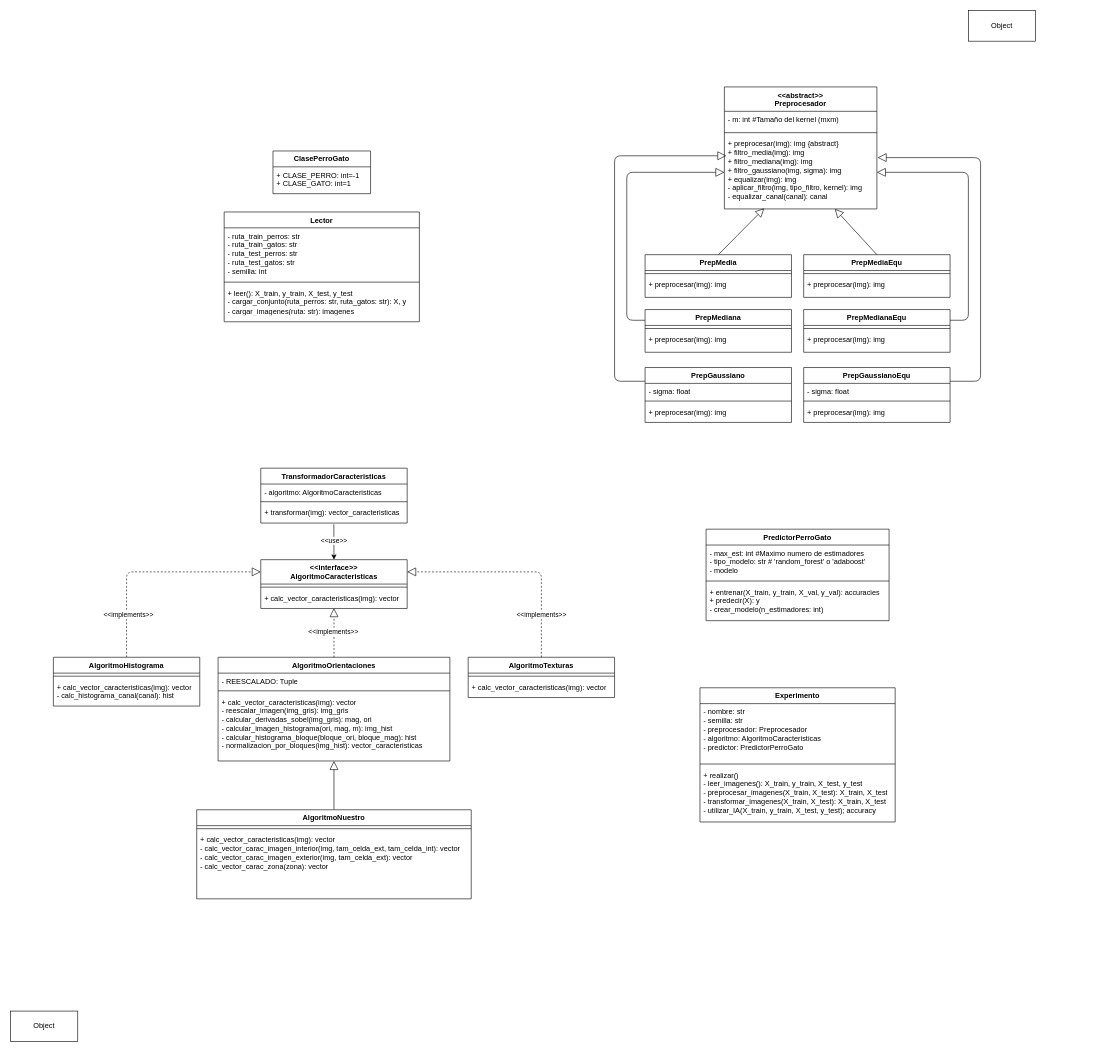
The draw.io diagram diagramas/clases.drawio in eloyUA/Clasificador-de-Perros-Gatos, before the edit. Source tidied: cells renumbered, new cells numbered last; positions are measured from the earlier drawing's top-left corner, leaving out a move shared by most shapes. Both pictures are drawn from the tidied source at 61%, with x=0, y=0 at pixel (10, 10).
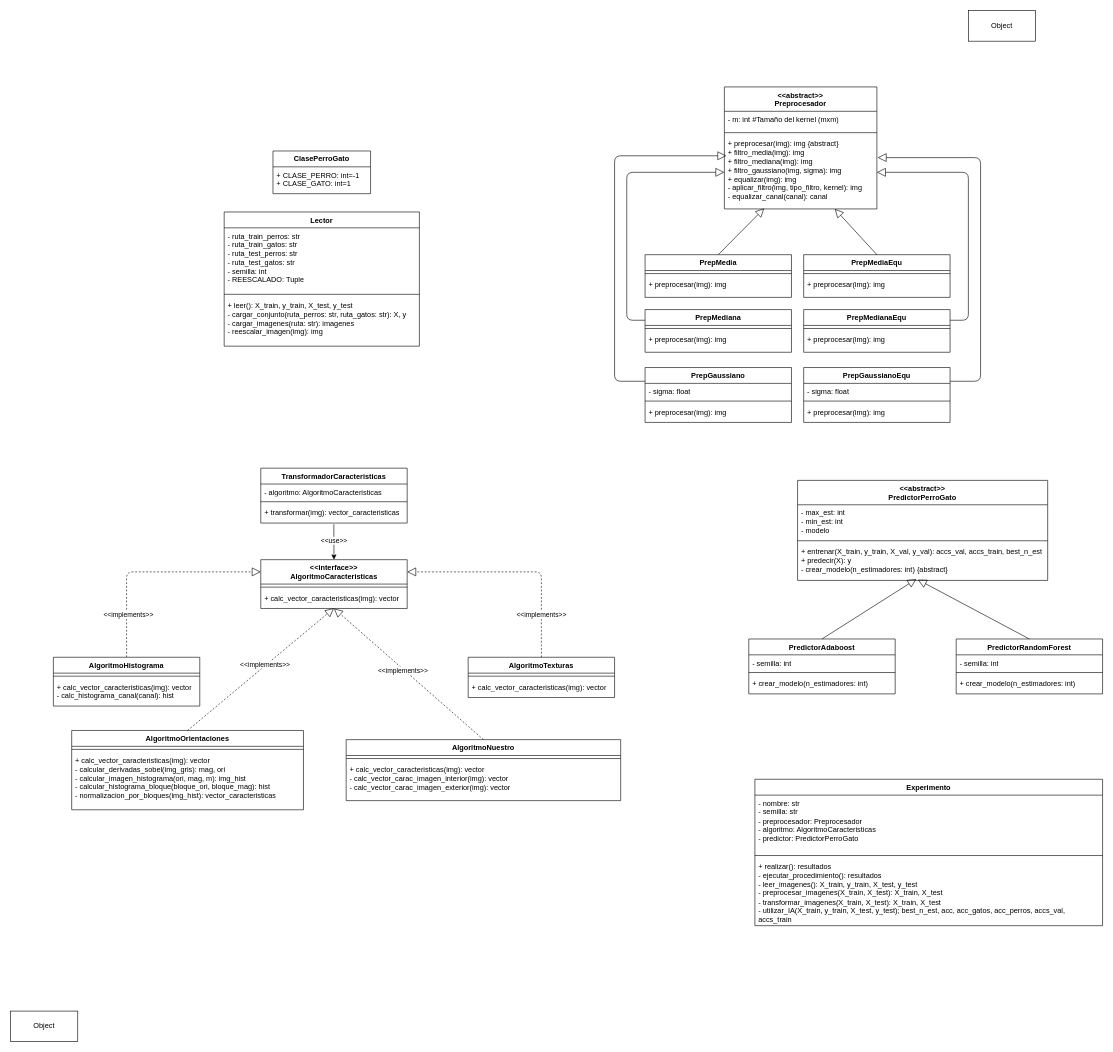
After the change.

Change to the diagram source:
```diff
@@
     <mxCell id="4" value="&lt;font face=&quot;Nunito&quot;&gt;Lector&lt;/font&gt;" style="swimlane;fontStyle=1;align=center;verticalAlign=top;horizontal=1;startSize=26;whiteSpace=wrap;html=1;" parent="1" vertex="1">
-      <mxGeometry x="350" y="330" width="320" height="180" as="geometry" />
+      <mxGeometry x="350" y="330" width="320" height="220" as="geometry" />
     </mxCell>
-    <mxCell id="5" value="&lt;font face=&quot;Nunito&quot;&gt;- ruta_train_perros: str&lt;/font&gt;&lt;div&gt;&lt;font face=&quot;Nunito&quot;&gt;- ruta_train_gatos: str&lt;/font&gt;&lt;/div&gt;&lt;div&gt;&lt;font face=&quot;Nunito&quot;&gt;- ruta_test_perros: str&lt;/font&gt;&lt;/div&gt;&lt;div&gt;&lt;font face=&quot;Nunito&quot;&gt;- ruta_test_gatos: str&lt;/font&gt;&lt;/div&gt;&lt;div&gt;&lt;font face=&quot;Nunito&quot;&gt;- semilla: int&lt;/font&gt;&lt;/div&gt;" style="text;strokeColor=none;fillColor=none;align=left;verticalAlign=top;spacingLeft=4;spacingRight=4;overflow=hidden;whiteSpace=wrap;html=1;" parent="4" vertex="1">
-      <mxGeometry y="26" width="320" height="84" as="geometry" />
+    <mxCell id="5" value="&lt;font face=&quot;Nunito&quot;&gt;- ruta_train_perros: str&lt;/font&gt;&lt;div&gt;&lt;font face=&quot;Nunito&quot;&gt;- ruta_train_gatos: str&lt;/font&gt;&lt;/div&gt;&lt;div&gt;&lt;font face=&quot;Nunito&quot;&gt;- ruta_test_perros: str&lt;/font&gt;&lt;/div&gt;&lt;div&gt;&lt;font face=&quot;Nunito&quot;&gt;- ruta_test_gatos: str&lt;/font&gt;&lt;/div&gt;&lt;div&gt;&lt;font face=&quot;Nunito&quot;&gt;- semilla: int&lt;/font&gt;&lt;/div&gt;&lt;div&gt;&lt;font face=&quot;Nunito&quot;&gt;- REESCALADO: Tuple&lt;/font&gt;&lt;/div&gt;" style="text;strokeColor=none;fillColor=none;align=left;verticalAlign=top;spacingLeft=4;spacingRight=4;overflow=hidden;whiteSpace=wrap;html=1;" parent="4" vertex="1">
+      <mxGeometry y="26" width="320" height="104" as="geometry" />
     </mxCell>
     <mxCell id="6" style="line;strokeWidth=1;fillColor=none;align=left;verticalAlign=middle;spacingTop=-1;spacingLeft=3;spacingRight=3;labelPosition=right;strokeColor=inherit;" parent="4" vertex="1">
-      <mxGeometry y="110" width="320" height="10" as="geometry" />
+      <mxGeometry y="130" width="320" height="10" as="geometry" />
     </mxCell>
-    <mxCell id="7" value="&lt;font face=&quot;Nunito&quot;&gt;+ leer(): X_train, y_train, X_test, y_test&lt;/font&gt;&lt;div&gt;&lt;font face=&quot;Nunito&quot;&gt;- cargar_conjunto(ruta_perros: str, ruta_gatos: str): X, y&lt;/font&gt;&lt;/div&gt;&lt;div&gt;&lt;font face=&quot;Nunito&quot;&gt;- cargar_imagenes(ruta: str): imagenes&lt;/font&gt;&lt;/div&gt;" style="text;strokeColor=none;fillColor=none;align=left;verticalAlign=top;spacingLeft=4;spacingRight=4;overflow=hidden;whiteSpace=wrap;html=1;" parent="4" vertex="1">
-      <mxGeometry y="120" width="320" height="60" as="geometry" />
+    <mxCell id="7" value="&lt;font face=&quot;Nunito&quot;&gt;+ leer(): X_train, y_train, X_test, y_test&lt;/font&gt;&lt;div&gt;&lt;font face=&quot;Nunito&quot;&gt;- cargar_conjunto(ruta_perros: str, ruta_gatos: str): X, y&lt;/font&gt;&lt;/div&gt;&lt;div&gt;&lt;font face=&quot;Nunito&quot;&gt;- cargar_imagenes(ruta: str): imagenes&lt;/font&gt;&lt;/div&gt;&lt;div&gt;&lt;font face=&quot;Nunito&quot;&gt;- reescalar_imagen(img): img&lt;/font&gt;&lt;/div&gt;" style="text;strokeColor=none;fillColor=none;align=left;verticalAlign=top;spacingLeft=4;spacingRight=4;overflow=hidden;whiteSpace=wrap;html=1;" parent="4" vertex="1">
+      <mxGeometry y="140" width="320" height="80" as="geometry" />
     </mxCell>
@@
     <mxCell id="49" value="&lt;font face=&quot;Nunito&quot;&gt;AlgoritmoOrientaciones&lt;/font&gt;" style="swimlane;fontStyle=1;align=center;verticalAlign=top;horizontal=1;startSize=26;whiteSpace=wrap;html=1;" parent="1" vertex="1">
-      <mxGeometry x="340" y="1060" width="380" height="170" as="geometry" />
+      <mxGeometry x="100" y="1180" width="380" height="130" as="geometry" />
     </mxCell>
-    <mxCell id="50" value="&lt;font face=&quot;Nunito&quot;&gt;- REESCALADO: Tuple&lt;/font&gt;" style="text;strokeColor=none;fillColor=none;align=left;verticalAlign=top;spacingLeft=4;spacingRight=4;overflow=hidden;whiteSpace=wrap;html=1;" parent="49" vertex="1">
-      <mxGeometry y="26" width="380" height="24" as="geometry" />
-    </mxCell>
     <mxCell id="51" style="line;strokeWidth=1;fillColor=none;align=left;verticalAlign=middle;spacingTop=-1;spacingLeft=3;spacingRight=3;labelPosition=right;strokeColor=inherit;" parent="49" vertex="1">
-      <mxGeometry y="50" width="380" height="10" as="geometry" />
+      <mxGeometry y="26" width="380" height="10" as="geometry" />
     </mxCell>
-    <mxCell id="52" value="&lt;font face=&quot;Nunito&quot;&gt;+ calc_vector_caracteristicas(img): vector&lt;/font&gt;&lt;div&gt;&lt;font face=&quot;Nunito&quot;&gt;- reescalar_imagen(img_gris): img_gris&lt;/font&gt;&lt;/div&gt;&lt;div&gt;&lt;font face=&quot;Nunito&quot;&gt;- calcular_derivadas_sobel(img_gris): mag, ori&lt;/font&gt;&lt;/div&gt;&lt;div&gt;&lt;font face=&quot;Nunito&quot;&gt;- calcular_imagen_histograma(ori, mag, m): img_hist&lt;/font&gt;&lt;/div&gt;&lt;div&gt;&lt;font face=&quot;Nunito&quot;&gt;- calcular_histograma_bloque(bloque_ori, bloque_mag): hist&lt;/font&gt;&lt;/div&gt;&lt;div&gt;&lt;font face=&quot;Nunito&quot;&gt;- normalizacion_por_bloques(img_hist): vector_caracteristicas&lt;/font&gt;&lt;/div&gt;" style="text;strokeColor=none;fillColor=none;align=left;verticalAlign=top;spacingLeft=4;spacingRight=4;overflow=hidden;points=[[0,0.5],[1,0.5]];portConstraint=eastwest;whiteSpace=wrap;html=1;" parent="49" vertex="1">
-      <mxGeometry y="60" width="380" height="110" as="geometry" />
+    <mxCell id="52" value="&lt;font face=&quot;Nunito&quot;&gt;+ calc_vector_caracteristicas(img): vector&lt;/font&gt;&lt;div&gt;&lt;font face=&quot;Nunito&quot;&gt;- calcular_derivadas_sobel(img_gris): mag, ori&lt;/font&gt;&lt;/div&gt;&lt;div&gt;&lt;font face=&quot;Nunito&quot;&gt;- calcular_imagen_histograma(ori, mag, m): img_hist&lt;/font&gt;&lt;/div&gt;&lt;div&gt;&lt;font face=&quot;Nunito&quot;&gt;- calcular_histograma_bloque(bloque_ori, bloque_mag): hist&lt;/font&gt;&lt;/div&gt;&lt;div&gt;&lt;font face=&quot;Nunito&quot;&gt;- normalizacion_por_bloques(img_hist): vector_caracteristicas&lt;/font&gt;&lt;/div&gt;" style="text;strokeColor=none;fillColor=none;align=left;verticalAlign=top;spacingLeft=4;spacingRight=4;overflow=hidden;points=[[0,0.5],[1,0.5]];portConstraint=eastwest;whiteSpace=wrap;html=1;" parent="49" vertex="1">
+      <mxGeometry y="36" width="380" height="94" as="geometry" />
     </mxCell>
-    <mxCell id="53" style="edgeStyle=none;html=1;exitX=0.5;exitY=0;exitDx=0;exitDy=0;endArrow=block;endFill=0;endSize=12;" parent="1" edge="1" source="54" target="52">
-      <mxGeometry relative="1" as="geometry" />
-    </mxCell>
     <mxCell id="54" value="&lt;font face=&quot;Nunito&quot;&gt;AlgoritmoNuestro&lt;/font&gt;" style="swimlane;fontStyle=1;align=center;verticalAlign=top;horizontal=1;startSize=26;whiteSpace=wrap;html=1;" parent="1" vertex="1">
-      <mxGeometry x="305" y="1310" width="450" height="146" as="geometry" />
+      <mxGeometry x="550" y="1195" width="450" height="100" as="geometry" />
     </mxCell>
@@
-    <mxCell id="56" value="&lt;font face=&quot;Nunito&quot;&gt;+ calc_vector_caracteristicas(img): vector&lt;/font&gt;&lt;div&gt;&lt;font face=&quot;Nunito&quot;&gt;- calc_vector_carac_imagen_interior(img, tam_celda_ext, tam_celda_int): vector&lt;/font&gt;&lt;/div&gt;&lt;div&gt;&lt;font face=&quot;Nunito&quot;&gt;- calc_vector_carac_imagen_exterior(img, tam_celda_ext): vector&lt;/font&gt;&lt;/div&gt;&lt;div&gt;&lt;font face=&quot;Nunito&quot;&gt;- calc_vector_carac_zona(zona): vector&lt;/font&gt;&lt;/div&gt;" style="text;strokeColor=none;fillColor=none;align=left;verticalAlign=top;spacingLeft=4;spacingRight=4;overflow=hidden;whiteSpace=wrap;html=1;" parent="54" vertex="1">
-      <mxGeometry y="36" width="450" height="110" as="geometry" />
+    <mxCell id="56" value="&lt;font face=&quot;Nunito&quot;&gt;+ calc_vector_caracteristicas(img): vector&lt;/font&gt;&lt;div&gt;&lt;font face=&quot;Nunito&quot;&gt;- calc_vector_carac_imagen_interior(img): vector&lt;/font&gt;&lt;/div&gt;&lt;div&gt;&lt;font face=&quot;Nunito&quot;&gt;- calc_vector_carac_imagen_exterior(img): vector&lt;/font&gt;&lt;/div&gt;" style="text;strokeColor=none;fillColor=none;align=left;verticalAlign=top;spacingLeft=4;spacingRight=4;overflow=hidden;whiteSpace=wrap;html=1;" parent="54" vertex="1">
+      <mxGeometry y="36" width="450" height="64" as="geometry" />
     </mxCell>
-    <mxCell id="57" value="&lt;font face=&quot;Nunito&quot;&gt;PredictorPerroGato&lt;/font&gt;" style="swimlane;fontStyle=1;align=center;verticalAlign=top;horizontal=1;startSize=26;whiteSpace=wrap;html=1;" parent="1" vertex="1">
-      <mxGeometry x="1140" y="850" width="300" height="150" as="geometry" />
+    <mxCell id="57" value="&lt;font face=&quot;Nunito&quot;&gt;&amp;lt;&amp;lt;abstract&amp;gt;&amp;gt;&lt;/font&gt;&lt;div&gt;&lt;font face=&quot;Nunito&quot;&gt;PredictorPerroGato&lt;/font&gt;&lt;/div&gt;" style="swimlane;fontStyle=1;align=center;verticalAlign=top;horizontal=1;startSize=40;whiteSpace=wrap;html=1;" parent="1" vertex="1">
+      <mxGeometry x="1290" y="770" width="410" height="164" as="geometry" />
     </mxCell>
-    <mxCell id="58" value="&lt;font face=&quot;Nunito&quot;&gt;- max_est: int #Maximo numero de estimadores&lt;/font&gt;&lt;div&gt;&lt;font face=&quot;Nunito&quot;&gt;- tipo_modelo: str # 'random_forest' o 'adaboost'&lt;/font&gt;&lt;/div&gt;&lt;div&gt;&lt;font face=&quot;Nunito&quot;&gt;- modelo&lt;/font&gt;&lt;/div&gt;" style="text;strokeColor=none;fillColor=none;align=left;verticalAlign=top;spacingLeft=4;spacingRight=4;overflow=hidden;whiteSpace=wrap;html=1;" parent="57" vertex="1">
-      <mxGeometry y="26" width="300" height="54" as="geometry" />
+    <mxCell id="58" value="&lt;font face=&quot;Nunito&quot;&gt;- max_est: int&lt;/font&gt;&lt;div&gt;&lt;font face=&quot;Nunito&quot;&gt;- min_est: int&lt;/font&gt;&lt;div&gt;&lt;font face=&quot;Nunito&quot;&gt;- modelo&lt;/font&gt;&lt;/div&gt;&lt;/div&gt;" style="text;strokeColor=none;fillColor=none;align=left;verticalAlign=top;spacingLeft=4;spacingRight=4;overflow=hidden;whiteSpace=wrap;html=1;" parent="57" vertex="1">
+      <mxGeometry y="40" width="410" height="54" as="geometry" />
     </mxCell>
     <mxCell id="59" style="line;strokeWidth=1;fillColor=none;align=left;verticalAlign=middle;spacingTop=-1;spacingLeft=3;spacingRight=3;labelPosition=right;strokeColor=inherit;" parent="57" vertex="1">
-      <mxGeometry y="80" width="300" height="10" as="geometry" />
+      <mxGeometry y="94" width="410" height="10" as="geometry" />
     </mxCell>
-    <mxCell id="60" value="&lt;font face=&quot;Nunito&quot;&gt;+ entrenar(X_train, y_train, X_val, y_val): accuracies&lt;/font&gt;&lt;div&gt;&lt;font face=&quot;Nunito&quot;&gt;+ predecir(X): y&lt;/font&gt;&lt;/div&gt;&lt;div&gt;&lt;font face=&quot;Nunito&quot;&gt;- crear_modelo(n_estimadores: int)&lt;/font&gt;&lt;/div&gt;" style="text;strokeColor=none;fillColor=none;align=left;verticalAlign=top;spacingLeft=4;spacingRight=4;overflow=hidden;points=[[0,0.5],[1,0.5]];portConstraint=eastwest;whiteSpace=wrap;html=1;" parent="57" vertex="1">
-      <mxGeometry y="90" width="300" height="60" as="geometry" />
+    <mxCell id="60" value="&lt;font face=&quot;Nunito&quot;&gt;+ entrenar(X_train, y_train, X_val, y_val): accs_val, accs_train, best_n_est&lt;/font&gt;&lt;div&gt;&lt;font face=&quot;Nunito&quot;&gt;+ predecir(X): y&lt;/font&gt;&lt;/div&gt;&lt;div&gt;&lt;font face=&quot;Nunito&quot;&gt;- crear_modelo(n_estimadores: int) {abstract}&lt;/font&gt;&lt;/div&gt;" style="text;strokeColor=none;fillColor=none;align=left;verticalAlign=top;spacingLeft=4;spacingRight=4;overflow=hidden;points=[[0,0.5],[1,0.5]];portConstraint=eastwest;whiteSpace=wrap;html=1;" parent="57" vertex="1">
+      <mxGeometry y="104" width="410" height="60" as="geometry" />
     </mxCell>
     <mxCell id="61" value="&lt;font face=&quot;Nunito&quot;&gt;Experimento&lt;/font&gt;" style="swimlane;fontStyle=1;align=center;verticalAlign=top;horizontal=1;startSize=26;whiteSpace=wrap;html=1;" parent="1" vertex="1">
-      <mxGeometry x="1130" y="1110" width="320" height="220" as="geometry" />
+      <mxGeometry x="1220" y="1260" width="570" height="240" as="geometry" />
     </mxCell>
     <mxCell id="62" value="&lt;font face=&quot;Nunito&quot;&gt;- nombre: str&lt;/font&gt;&lt;div&gt;&lt;font face=&quot;Nunito&quot;&gt;- semilla: str&lt;/font&gt;&lt;/div&gt;&lt;div&gt;&lt;font face=&quot;Nunito&quot;&gt;- preprocesador: Preprocesador&lt;/font&gt;&lt;/div&gt;&lt;div&gt;&lt;font face=&quot;Nunito&quot;&gt;- algoritmo: AlgoritmoCaracteristicas&lt;/font&gt;&lt;/div&gt;&lt;div&gt;&lt;font face=&quot;Nunito&quot;&gt;- predictor: PredictorPerroGato&lt;/font&gt;&lt;/div&gt;" style="text;strokeColor=none;fillColor=none;align=left;verticalAlign=top;spacingLeft=4;spacingRight=4;overflow=hidden;whiteSpace=wrap;html=1;" parent="61" vertex="1">
-      <mxGeometry y="26" width="320" height="94" as="geometry" />
+      <mxGeometry y="26" width="570" height="94" as="geometry" />
     </mxCell>
     <mxCell id="63" style="line;strokeWidth=1;fillColor=none;align=left;verticalAlign=middle;spacingTop=-1;spacingLeft=3;spacingRight=3;labelPosition=right;strokeColor=inherit;" parent="61" vertex="1">
-      <mxGeometry y="120" width="320" height="10" as="geometry" />
+      <mxGeometry y="120" width="570" height="10" as="geometry" />
     </mxCell>
-    <mxCell id="64" value="&lt;font face=&quot;Nunito&quot;&gt;+ realizar()&lt;/font&gt;&lt;div&gt;&lt;font face=&quot;Nunito&quot;&gt;- leer_imagenes(): X_train, y_train, X_test, y_test&lt;/font&gt;&lt;/div&gt;&lt;div&gt;&lt;font face=&quot;Nunito&quot;&gt;- preprocesar_imagenes(X_train, X_test): X_train, X_test&lt;/font&gt;&lt;/div&gt;&lt;div&gt;&lt;font face=&quot;Nunito&quot;&gt;- transformar_imagenes(X_train, X_test): X_train, X_test&lt;/font&gt;&lt;/div&gt;&lt;div&gt;&lt;font face=&quot;Nunito&quot;&gt;- utilizar_IA(X_train, y_train, X_test, y_test); accuracy&lt;/font&gt;&lt;/div&gt;" style="text;strokeColor=none;fillColor=none;align=left;verticalAlign=top;spacingLeft=4;spacingRight=4;overflow=hidden;whiteSpace=wrap;html=1;" parent="61" vertex="1">
-      <mxGeometry y="130" width="320" height="90" as="geometry" />
+    <mxCell id="64" value="&lt;font face=&quot;Nunito&quot;&gt;+ realizar(): resultados&lt;/font&gt;&lt;div&gt;&lt;font face=&quot;Nunito&quot;&gt;- ejecutar_procedimiento(): resultados&lt;br&gt;&lt;/font&gt;&lt;div&gt;&lt;font face=&quot;Nunito&quot;&gt;- leer_imagenes(): X_train, y_train, X_test, y_test&lt;/font&gt;&lt;/div&gt;&lt;div&gt;&lt;font face=&quot;Nunito&quot;&gt;- preprocesar_imagenes(X_train, X_test): X_train, X_test&lt;/font&gt;&lt;/div&gt;&lt;div&gt;&lt;font face=&quot;Nunito&quot;&gt;- transformar_imagenes(X_train, X_test): X_train, X_test&lt;/font&gt;&lt;/div&gt;&lt;div&gt;&lt;font face=&quot;Nunito&quot;&gt;- utilizar_IA(X_train, y_train, X_test, y_test); best_n_est, acc, acc_gatos, acc_perros, accs_val, accs_train&lt;/font&gt;&lt;/div&gt;&lt;/div&gt;" style="text;strokeColor=none;fillColor=none;align=left;verticalAlign=top;spacingLeft=4;spacingRight=4;overflow=hidden;whiteSpace=wrap;html=1;" parent="61" vertex="1">
+      <mxGeometry y="130" width="570" height="110" as="geometry" />
     </mxCell>
@@
+    <mxCell id="77" style="edgeStyle=none;html=1;exitX=0.5;exitY=0;exitDx=0;exitDy=0;endArrow=block;endFill=0;endSize=12;dashed=1;" parent="1" edge="1" source="54">
+      <mxGeometry relative="1" as="geometry">
+        <mxPoint x="530" y="980" as="targetPoint" />
+      </mxGeometry>
+    </mxCell>
+    <mxCell id="78" value="&lt;font face=&quot;Nunito&quot;&gt;&amp;lt;&amp;lt;implements&amp;gt;&amp;gt;&lt;/font&gt;" style="edgeLabel;html=1;align=center;verticalAlign=middle;" parent="77" vertex="1">
+      <mxGeometry x="0.07" y="2" relative="1" as="geometry" />
+    </mxCell>
+    <mxCell id="79" value="&lt;font face=&quot;Nunito&quot;&gt;PredictorAdaboost&lt;/font&gt;" style="swimlane;fontStyle=1;align=center;verticalAlign=top;horizontal=1;startSize=26;whiteSpace=wrap;html=1;" parent="1" vertex="1">
+      <mxGeometry x="1210" y="1030" width="240" height="90" as="geometry" />
+    </mxCell>
+    <mxCell id="80" value="&lt;font face=&quot;Nunito&quot;&gt;- semilla: int&lt;/font&gt;" style="text;strokeColor=none;fillColor=none;align=left;verticalAlign=top;spacingLeft=4;spacingRight=4;overflow=hidden;whiteSpace=wrap;html=1;" parent="79" vertex="1">
+      <mxGeometry y="26" width="240" height="24" as="geometry" />
+    </mxCell>
+    <mxCell id="81" style="line;strokeWidth=1;fillColor=none;align=left;verticalAlign=middle;spacingTop=-1;spacingLeft=3;spacingRight=3;labelPosition=right;strokeColor=inherit;" parent="79" vertex="1">
+      <mxGeometry y="50" width="240" height="10" as="geometry" />
+    </mxCell>
+    <mxCell id="82" value="&lt;font face=&quot;Nunito&quot;&gt;+ crear_modelo(n_estimadores: int)&lt;/font&gt;" style="text;strokeColor=none;fillColor=none;align=left;verticalAlign=top;spacingLeft=4;spacingRight=4;overflow=hidden;whiteSpace=wrap;html=1;" parent="79" vertex="1">
+      <mxGeometry y="60" width="240" height="30" as="geometry" />
+    </mxCell>
+    <mxCell id="83" value="&lt;font face=&quot;Nunito&quot;&gt;PredictorRandomForest&lt;/font&gt;" style="swimlane;fontStyle=1;align=center;verticalAlign=top;horizontal=1;startSize=26;whiteSpace=wrap;html=1;" parent="1" vertex="1">
+      <mxGeometry x="1550" y="1030" width="240" height="90" as="geometry" />
+    </mxCell>
+    <mxCell id="84" value="&lt;font face=&quot;Nunito&quot;&gt;- semilla: int&lt;/font&gt;" style="text;strokeColor=none;fillColor=none;align=left;verticalAlign=top;spacingLeft=4;spacingRight=4;overflow=hidden;whiteSpace=wrap;html=1;" parent="83" vertex="1">
+      <mxGeometry y="26" width="240" height="24" as="geometry" />
+    </mxCell>
+    <mxCell id="85" style="line;strokeWidth=1;fillColor=none;align=left;verticalAlign=middle;spacingTop=-1;spacingLeft=3;spacingRight=3;labelPosition=right;strokeColor=inherit;" parent="83" vertex="1">
+      <mxGeometry y="50" width="240" height="10" as="geometry" />
+    </mxCell>
+    <mxCell id="86" value="&lt;font face=&quot;Nunito&quot;&gt;+ crear_modelo(n_estimadores: int)&lt;/font&gt;" style="text;strokeColor=none;fillColor=none;align=left;verticalAlign=top;spacingLeft=4;spacingRight=4;overflow=hidden;whiteSpace=wrap;html=1;" parent="83" vertex="1">
+      <mxGeometry y="60" width="240" height="30" as="geometry" />
+    </mxCell>
+    <mxCell id="87" style="edgeStyle=none;html=1;exitX=0.5;exitY=0;exitDx=0;exitDy=0;endArrow=block;endFill=0;strokeWidth=1;endSize=12;entryX=0.475;entryY=0.963;entryDx=0;entryDy=0;entryPerimeter=0;" parent="1" edge="1" source="79" target="60">
+      <mxGeometry relative="1" as="geometry" />
+    </mxCell>
+    <mxCell id="88" style="edgeStyle=none;html=1;exitX=0.5;exitY=0;exitDx=0;exitDy=0;endArrow=block;endFill=0;strokeWidth=1;endSize=12;entryX=0.481;entryY=0.979;entryDx=0;entryDy=0;entryPerimeter=0;" parent="1" edge="1" source="83" target="60">
+      <mxGeometry relative="1" as="geometry" />
+    </mxCell>
```
